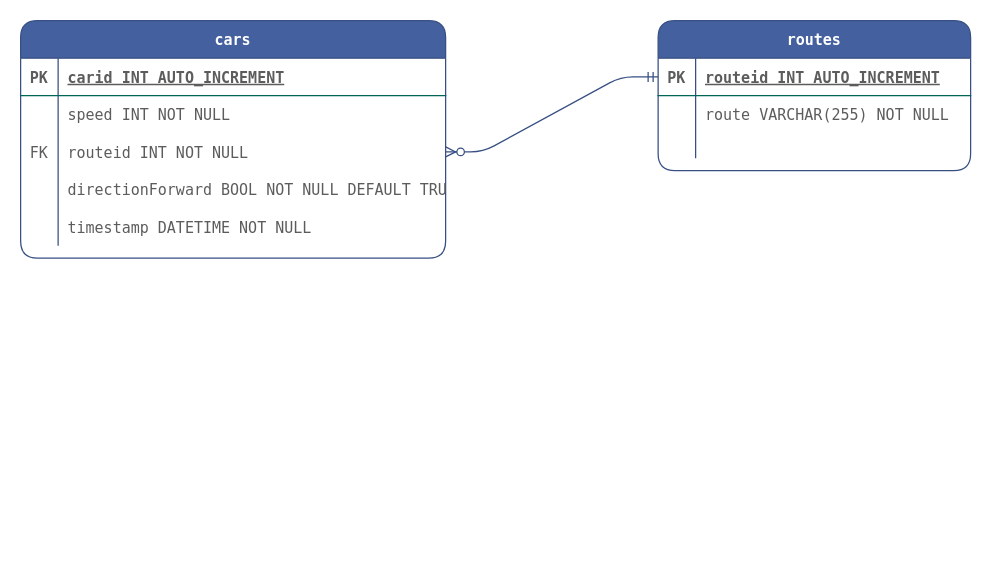
This is diagram/Untitled Diagram.drawio from steinmejerr/SCTM-H4, a draw.io file, before an edit. Source tidied: cells renumbered, new cells numbered last; positions are measured from the earlier drawing's top-left corner, leaving out a move shared by most shapes. Both pictures are drawn from the tidied source at 125%, with x=0, y=0 at pixel (20, 20).
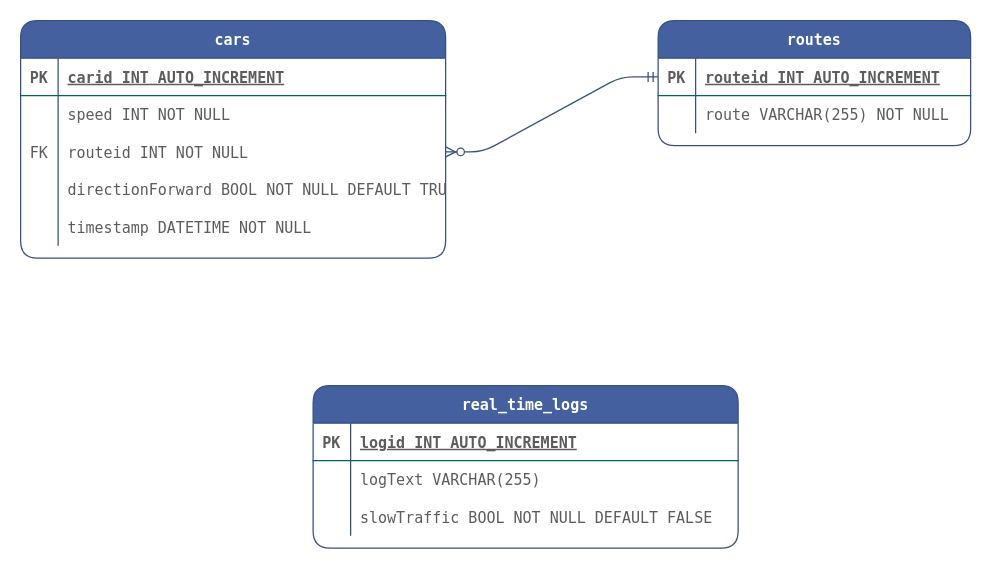
The same diagram, later.

Commit message:
Added real_time_logs

What changed in the source:
```diff
@@
     <mxCell id="18" value="routes" style="shape=table;startSize=30;childLayout=tableLayout;rowLines=0;fontStyle=1;align=center;labelBackgroundColor=none;fillColor=#44609E;strokeColor=#374F82;fontColor=#FFFFFF;rounded=1;fontFamily=Lucida Console;" parent="1" vertex="1">
-      <mxGeometry x="510" width="250" height="120" as="geometry" />
+      <mxGeometry x="510" width="250" height="100" as="geometry" />
     </mxCell>
@@
-    <mxCell id="25" style="shape=partialRectangle;fillColor=none;top=0;left=0;right=0;bottom=0;labelBackgroundColor=none;strokeColor=#006658;fontColor=#5C5C5C;rounded=1;fontFamily=Lucida Console;" parent="18" vertex="1">
-      <mxGeometry y="90" width="250" height="20" as="geometry" />
-    </mxCell>
-    <mxCell id="26" style="shape=partialRectangle;overflow=hidden;fillColor=none;top=0;left=0;bottom=0;right=0;labelBackgroundColor=none;strokeColor=#006658;fontColor=#5C5C5C;rounded=1;fontFamily=Lucida Console;" parent="25" vertex="1">
-      <mxGeometry width="30" height="20" as="geometry" />
-    </mxCell>
-    <mxCell id="27" style="shape=partialRectangle;overflow=hidden;fillColor=none;top=0;left=0;bottom=0;right=0;align=left;spacingLeft=6;labelBackgroundColor=none;strokeColor=#006658;fontColor=#5C5C5C;rounded=1;fontFamily=Lucida Console;" parent="25" vertex="1">
-      <mxGeometry x="30" width="220" height="20" as="geometry" />
-    </mxCell>
@@
+    <mxCell id="29" value="real_time_logs" style="shape=table;startSize=30;childLayout=tableLayout;rowLines=0;fontStyle=1;align=center;labelBackgroundColor=none;fillColor=#44609E;strokeColor=#374F82;fontColor=#FFFFFF;rounded=1;gradientColor=none;fontFamily=Lucida Console;" parent="1" vertex="1">
+      <mxGeometry x="234" y="292" width="340" height="130" as="geometry" />
+    </mxCell>
+    <mxCell id="30" style="shape=partialRectangle;fillColor=none;top=0;left=0;right=0;bottom=1;labelBackgroundColor=none;strokeColor=#006658;fontColor=#5C5C5C;rounded=1;fontFamily=Lucida Console;" parent="29" vertex="1">
+      <mxGeometry y="30" width="340" height="30" as="geometry" />
+    </mxCell>
+    <mxCell id="31" value="PK" style="shape=partialRectangle;overflow=hidden;fillColor=none;top=0;left=0;bottom=0;right=0;fontStyle=1;labelBackgroundColor=none;strokeColor=#006658;fontColor=#5C5C5C;rounded=1;fontFamily=Lucida Console;" parent="30" vertex="1">
+      <mxGeometry width="30" height="30" as="geometry" />
+    </mxCell>
+    <mxCell id="32" value="logid INT AUTO_INCREMENT" style="shape=partialRectangle;overflow=hidden;fillColor=none;top=0;left=0;bottom=0;right=0;align=left;spacingLeft=6;fontStyle=5;labelBackgroundColor=none;strokeColor=#006658;fontColor=#5C5C5C;rounded=1;fontFamily=Lucida Console;" parent="30" vertex="1">
+      <mxGeometry x="30" width="310" height="30" as="geometry" />
+    </mxCell>
+    <mxCell id="33" style="shape=partialRectangle;fillColor=none;top=0;left=0;right=0;bottom=0;labelBackgroundColor=none;strokeColor=#006658;fontColor=#5C5C5C;rounded=1;fontFamily=Lucida Console;" parent="29" vertex="1">
+      <mxGeometry y="60" width="340" height="30" as="geometry" />
+    </mxCell>
+    <mxCell id="34" style="shape=partialRectangle;overflow=hidden;fillColor=none;top=0;left=0;bottom=0;right=0;labelBackgroundColor=none;strokeColor=#006658;fontColor=#5C5C5C;rounded=1;fontFamily=Lucida Console;" parent="33" vertex="1">
+      <mxGeometry width="30" height="30" as="geometry" />
+    </mxCell>
+    <mxCell id="35" value="logText VARCHAR(255)" style="shape=partialRectangle;overflow=hidden;fillColor=none;top=0;left=0;bottom=0;right=0;align=left;spacingLeft=6;labelBackgroundColor=none;strokeColor=#006658;fontColor=#5C5C5C;rounded=1;fontFamily=Lucida Console;" parent="33" vertex="1">
+      <mxGeometry x="30" width="310" height="30" as="geometry" />
+    </mxCell>
+    <mxCell id="36" style="shape=partialRectangle;fillColor=none;top=0;left=0;right=0;bottom=0;labelBackgroundColor=none;strokeColor=#006658;fontColor=#5C5C5C;rounded=1;fontFamily=Lucida Console;" parent="29" vertex="1">
+      <mxGeometry y="90" width="340" height="30" as="geometry" />
+    </mxCell>
+    <mxCell id="37" style="shape=partialRectangle;overflow=hidden;fillColor=none;top=0;left=0;bottom=0;right=0;labelBackgroundColor=none;strokeColor=#006658;fontColor=#5C5C5C;rounded=1;fontFamily=Lucida Console;" parent="36" vertex="1">
+      <mxGeometry width="30" height="30" as="geometry" />
+    </mxCell>
+    <mxCell id="38" value="slowTraffic BOOL NOT NULL DEFAULT FALSE" style="shape=partialRectangle;overflow=hidden;fillColor=none;top=0;left=0;bottom=0;right=0;align=left;spacingLeft=6;labelBackgroundColor=none;strokeColor=#006658;fontColor=#5C5C5C;rounded=1;fontFamily=Lucida Console;" parent="36" vertex="1">
+      <mxGeometry x="30" width="310" height="30" as="geometry" />
+    </mxCell>
```
